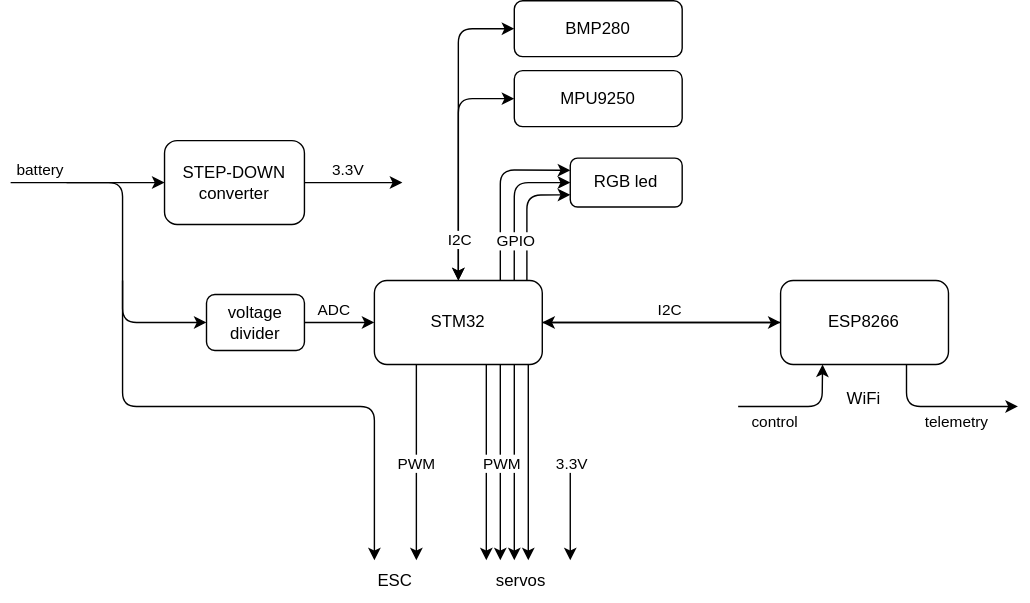
Above: docs/flight_controller.drawio.svg in Eryk-Mozdzen/uav-tvc-goose (draw.io), before the change. Source tidied: cells renumbered, new cells last; positions are measured from the earlier drawing's top-left corner, leaving out a move shared by most shapes.
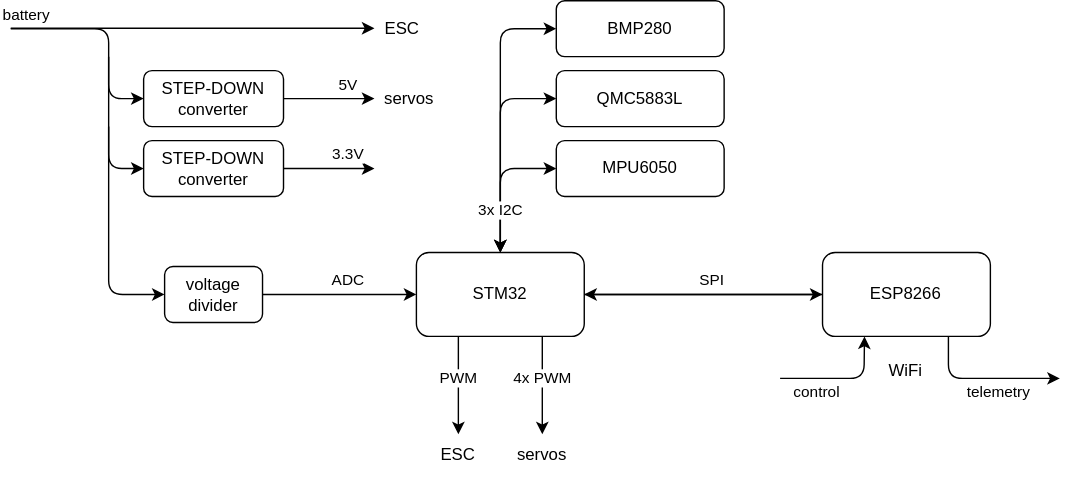
The same file after the commit.

The edit, as a diff of the source:
```diff
@@ -20,21 +20,19 @@
     </mxCell>
     <mxCell id="5" style="edgeStyle=none;html=1;entryX=0;entryY=0.5;entryDx=0;entryDy=0;" parent="1" edge="1" target="16">
       <mxGeometry relative="1" as="geometry">
-        <mxPoint x="40" y="130" as="sourcePoint" />
+        <mxPoint x="40" y="60" as="sourcePoint" />
+        <Array as="points">
+          <mxPoint x="40" y="140" />
+        </Array>
       </mxGeometry>
     </mxCell>
-    <mxCell id="6" value="battery" style="edgeLabel;html=1;align=center;verticalAlign=middle;" parent="5" vertex="1">
-      <mxGeometry x="-0.75" y="2" relative="1" as="geometry">
-        <mxPoint x="-29" y="-8" as="offset" />
-      </mxGeometry>
-    </mxCell>
     <mxCell id="7" value="STM32" style="rounded=1;whiteSpace=wrap;html=1;" parent="1" vertex="1">
       <mxGeometry x="260" y="200" width="120" height="60" as="geometry" />
     </mxCell>
     <mxCell id="8" style="edgeStyle=none;html=1;entryX=1;entryY=0.5;entryDx=0;entryDy=0;" parent="1" edge="1" source="12" target="7">
       <mxGeometry relative="1" as="geometry" />
     </mxCell>
-    <mxCell id="9" value="I2C" style="edgeLabel;html=1;align=center;verticalAlign=middle;" parent="8" vertex="1">
+    <mxCell id="9" value="SPI" style="edgeLabel;html=1;align=center;verticalAlign=middle;" parent="8" vertex="1">
       <mxGeometry x="-0.29" relative="1" as="geometry">
         <mxPoint x="-20" y="-10" as="offset" />
       </mxGeometry>
@@ -57,10 +55,7 @@
     </mxCell>
     <mxCell id="13" style="edgeStyle=none;html=1;exitX=1;exitY=0.5;exitDx=0;exitDy=0;" parent="1" edge="1" source="16">
       <mxGeometry relative="1" as="geometry">
-        <mxPoint x="280" y="130" as="targetPoint" />
-        <Array as="points">
-          <mxPoint x="250" y="130" />
-        </Array>
+        <mxPoint x="230" y="140" as="targetPoint" />
       </mxGeometry>
     </mxCell>
     <mxCell id="14" value="3.3V" style="edgeLabel;html=1;align=center;verticalAlign=middle;" parent="13" vertex="1">
@@ -70,115 +65,75 @@
     </mxCell>
     <mxCell id="15" value="3.3V" style="edgeLabel;html=1;align=center;verticalAlign=middle;" parent="13" vertex="1">
       <mxGeometry x="0.38" relative="1" as="geometry">
-        <mxPoint x="-18" y="-10" as="offset" />
+        <mxPoint y="-10" as="offset" />
       </mxGeometry>
     </mxCell>
     <mxCell id="16" value="STEP-DOWN&lt;br&gt;converter" style="rounded=1;whiteSpace=wrap;html=1;" parent="1" vertex="1">
-      <mxGeometry x="110" y="100" width="100" height="60" as="geometry" />
+      <mxGeometry x="65" y="120" width="100" height="40" as="geometry" />
     </mxCell>
     <mxCell id="17" value="WiFi" style="text;html=1;strokeColor=none;fillColor=none;align=center;verticalAlign=middle;whiteSpace=wrap;rounded=0;" parent="1" vertex="1">
       <mxGeometry x="580.3" y="270" width="60" height="30" as="geometry" />
     </mxCell>
     <mxCell id="18" style="endArrow=classic;html=1;" parent="1" edge="1">
       <mxGeometry relative="1" as="geometry">
-        <mxPoint y="130" as="sourcePoint" />
-        <mxPoint x="260" y="400" as="targetPoint" />
-        <Array as="points">
-          <mxPoint x="80" y="130" />
-          <mxPoint x="80" y="290" />
-          <mxPoint x="260" y="290" />
-        </Array>
+        <mxPoint x="-30" y="39.7" as="sourcePoint" />
+        <mxPoint x="230" y="39.7" as="targetPoint" />
       </mxGeometry>
     </mxCell>
+    <mxCell id="6" value="battery" style="edgeLabel;html=1;align=center;verticalAlign=middle;" parent="18" vertex="1">
+      <mxGeometry x="0.19" y="1" relative="1" as="geometry">
+        <mxPoint x="-144" y="-9" as="offset" />
+      </mxGeometry>
+    </mxCell>
-    <mxCell id="19" style="endArrow=classic;html=1;exitX=0.25;exitY=1;exitDx=0;exitDy=0;" parent="1" edge="1" source="7">
+    <mxCell id="19" style="endArrow=classic;html=1;entryX=0.5;entryY=0;entryDx=0;entryDy=0;" parent="1" edge="1" target="21">
       <mxGeometry relative="1" as="geometry">
-        <mxPoint x="290" y="400" as="targetPoint" />
+        <mxPoint x="290" y="260" as="sourcePoint" />
       </mxGeometry>
     </mxCell>
     <mxCell id="20" value="PWM" style="edgeLabel;html=1;align=center;verticalAlign=middle;" parent="19" vertex="1">
       <mxGeometry x="-0.23" y="-1" relative="1" as="geometry">
-        <mxPoint y="16" as="offset" />
+        <mxPoint x="1" y="3" as="offset" />
       </mxGeometry>
     </mxCell>
     <mxCell id="21" value="ESC" style="text;html=1;strokeColor=none;fillColor=none;align=center;verticalAlign=middle;whiteSpace=wrap;rounded=0;" parent="1" vertex="1">
-      <mxGeometry x="250" y="400" width="50" height="30" as="geometry" />
+      <mxGeometry x="270" y="330" width="40" height="30" as="geometry" />
     </mxCell>
-    <mxCell id="22" style="endArrow=classic;html=1;exitX=0.25;exitY=1;exitDx=0;exitDy=0;" parent="1" edge="1">
-      <mxGeometry relative="1" as="geometry">
-        <mxPoint x="340" y="260" as="sourcePoint" />
-        <mxPoint x="340" y="400" as="targetPoint" />
-      </mxGeometry>
+    <mxCell id="22" style="endArrow=classic;html=1;exitX=0.75;exitY=1;exitDx=0;exitDy=0;entryX=0.5;entryY=0;entryDx=0;entryDy=0;" parent="1" edge="1" source="7" target="27">
+      <mxGeometry relative="1" as="geometry" />
     </mxCell>
-    <mxCell id="23" style="endArrow=classic;html=1;exitX=0.25;exitY=1;exitDx=0;exitDy=0;" parent="1" edge="1">
-      <mxGeometry relative="1" as="geometry">
-        <mxPoint x="350" y="260" as="sourcePoint" />
-        <mxPoint x="350" y="400" as="targetPoint" />
-      </mxGeometry>
-    </mxCell>
-    <mxCell id="24" style="endArrow=classic;html=1;exitX=0.25;exitY=1;exitDx=0;exitDy=0;" parent="1" edge="1">
-      <mxGeometry relative="1" as="geometry">
-        <mxPoint x="360" y="260" as="sourcePoint" />
-        <mxPoint x="360" y="400" as="targetPoint" />
-      </mxGeometry>
-    </mxCell>
-    <mxCell id="25" value="PWM" style="edgeLabel;html=1;align=center;verticalAlign=middle;" parent="24" vertex="1">
-      <mxGeometry x="-0.23" y="-1" relative="1" as="geometry">
-        <mxPoint x="-9" y="16" as="offset" />
-      </mxGeometry>
-    </mxCell>
-    <mxCell id="26" style="endArrow=classic;html=1;exitX=0.25;exitY=1;exitDx=0;exitDy=0;" parent="1" edge="1">
-      <mxGeometry relative="1" as="geometry">
-        <mxPoint x="370" y="260" as="sourcePoint" />
-        <mxPoint x="370" y="400" as="targetPoint" />
-      </mxGeometry>
-    </mxCell>
+    <mxCell id="45" value="4x PWM" style="edgeLabel;html=1;align=center;verticalAlign=middle;" parent="22" vertex="1">
+      <mxGeometry x="0.34" y="1" relative="1" as="geometry">
+        <mxPoint x="-1" y="-17" as="offset" />
+      </mxGeometry>
+    </mxCell>
     <mxCell id="27" value="servos" style="text;html=1;strokeColor=none;fillColor=none;align=center;verticalAlign=middle;whiteSpace=wrap;rounded=0;" parent="1" vertex="1">
-      <mxGeometry x="330" y="400" width="70" height="30" as="geometry" />
+      <mxGeometry x="320" y="330" width="60" height="30" as="geometry" />
     </mxCell>
-    <mxCell id="28" style="endArrow=classic;html=1;" parent="1" edge="1">
-      <mxGeometry relative="1" as="geometry">
-        <mxPoint x="400" y="330" as="sourcePoint" />
-        <mxPoint x="400" y="400" as="targetPoint" />
-        <Array as="points">
-          <mxPoint x="400" y="360" />
-        </Array>
-      </mxGeometry>
-    </mxCell>
-    <mxCell id="29" value="3.3V" style="edgeLabel;html=1;align=center;verticalAlign=middle;" parent="28" vertex="1">
-      <mxGeometry x="0.27" y="1" relative="1" as="geometry">
-        <mxPoint x="-1" y="-44" as="offset" />
-      </mxGeometry>
-    </mxCell>
-    <mxCell id="30" value="BMP280" style="rounded=1;whiteSpace=wrap;html=1;" parent="1" vertex="1">
-      <mxGeometry x="360" width="120" height="40" as="geometry" />
+    <mxCell id="30" value="QMC5883L" style="rounded=1;whiteSpace=wrap;html=1;" parent="1" vertex="1">
+      <mxGeometry x="360" y="70" width="120" height="40" as="geometry" />
     </mxCell>
-    <mxCell id="31" value="MPU9250" style="rounded=1;whiteSpace=wrap;html=1;" parent="1" vertex="1">
-      <mxGeometry x="360" y="50" width="120" height="40" as="geometry" />
+    <mxCell id="31" value="MPU6050" style="rounded=1;whiteSpace=wrap;html=1;" parent="1" vertex="1">
+      <mxGeometry x="360" y="120" width="120" height="40" as="geometry" />
     </mxCell>
     <mxCell id="32" style="endArrow=classic;startArrow=classic;html=1;exitX=0.5;exitY=0;exitDx=0;exitDy=0;entryX=0;entryY=0.5;entryDx=0;entryDy=0;" parent="1" edge="1" source="7" target="31">
       <mxGeometry relative="1" as="geometry">
         <Array as="points">
-          <mxPoint x="320" y="70" />
+          <mxPoint x="320" y="140" />
         </Array>
       </mxGeometry>
     </mxCell>
     <mxCell id="33" style="endArrow=classic;startArrow=classic;html=1;exitX=0.5;exitY=0;exitDx=0;exitDy=0;entryX=0;entryY=0.5;entryDx=0;entryDy=0;" parent="1" edge="1" source="7" target="30">
       <mxGeometry relative="1" as="geometry">
         <Array as="points">
-          <mxPoint x="320" y="20" />
+          <mxPoint x="320" y="90" />
         </Array>
       </mxGeometry>
     </mxCell>
-    <mxCell id="34" value="I2C" style="edgeLabel;html=1;align=center;verticalAlign=middle;" parent="33" vertex="1">
-      <mxGeometry x="-0.56" y="-1" relative="1" as="geometry">
-        <mxPoint x="-1" y="19" as="offset" />
-      </mxGeometry>
-    </mxCell>
     <mxCell id="35" style="endArrow=classic;html=1;entryX=0;entryY=0.5;entryDx=0;entryDy=0;" parent="1" edge="1" target="39">
       <mxGeometry relative="1" as="geometry">
-        <mxPoint x="80" y="200" as="sourcePoint" />
+        <mxPoint x="40" y="110" as="sourcePoint" />
         <Array as="points">
-          <mxPoint x="80" y="230" />
+          <mxPoint x="40" y="230" />
         </Array>
       </mxGeometry>
     </mxCell>
@@ -192,41 +147,54 @@
     </mxCell>
     <mxCell id="38" value="ADC" style="edgeLabel;html=1;align=center;verticalAlign=middle;" parent="37" vertex="1">
       <mxGeometry x="0.31" y="-2" relative="1" as="geometry">
-        <mxPoint x="-13" y="-12" as="offset" />
+        <mxPoint x="-12" y="-12" as="offset" />
       </mxGeometry>
     </mxCell>
     <mxCell id="39" value="voltage divider" style="rounded=1;whiteSpace=wrap;html=1;" parent="1" vertex="1">
-      <mxGeometry x="140" y="210" width="70" height="40" as="geometry" />
+      <mxGeometry x="80" y="210" width="70" height="40" as="geometry" />
     </mxCell>
-    <mxCell id="40" value="RGB led" style="rounded=1;whiteSpace=wrap;html=1;" parent="1" vertex="1">
-      <mxGeometry x="400" y="112.5" width="80" height="35" as="geometry" />
-    </mxCell>
-    <mxCell id="41" style="endArrow=classic;html=1;entryX=0;entryY=0.25;entryDx=0;entryDy=0;exitX=0.75;exitY=0;exitDx=0;exitDy=0;" parent="1" edge="1" source="7" target="40">
-      <mxGeometry relative="1" as="geometry">
-        <Array as="points">
-          <mxPoint x="350" y="121" />
-        </Array>
-      </mxGeometry>
-    </mxCell>
-    <mxCell id="42" style="endArrow=classic;html=1;exitX=0.833;exitY=0;exitDx=0;exitDy=0;exitPerimeter=0;entryX=0;entryY=0.5;entryDx=0;entryDy=0;" parent="1" edge="1" source="7" target="40">
-      <mxGeometry relative="1" as="geometry">
-        <Array as="points">
-          <mxPoint x="360" y="130" />
-        </Array>
-      </mxGeometry>
-    </mxCell>
-    <mxCell id="43" style="endArrow=classic;html=1;entryX=0;entryY=0.75;entryDx=0;entryDy=0;" parent="1" edge="1" target="40">
-      <mxGeometry relative="1" as="geometry">
-        <mxPoint x="369" y="200" as="sourcePoint" />
-        <Array as="points">
-          <mxPoint x="369" y="139" />
-        </Array>
-      </mxGeometry>
-    </mxCell>
-    <mxCell id="44" value="GPIO" style="edgeLabel;html=1;align=center;verticalAlign=middle;" parent="43" vertex="1">
-      <mxGeometry x="-0.6" y="-1" relative="1" as="geometry">
-        <mxPoint x="-10" y="-11" as="offset" />
-      </mxGeometry>
-    </mxCell>
+    <mxCell id="46" value="BMP280" style="rounded=1;whiteSpace=wrap;html=1;" parent="1" vertex="1">
+      <mxGeometry x="360" y="20" width="120" height="40" as="geometry" />
+    </mxCell>
+    <mxCell id="47" style="endArrow=classic;startArrow=classic;html=1;exitX=0.5;exitY=0;exitDx=0;exitDy=0;entryX=0;entryY=0.5;entryDx=0;entryDy=0;" parent="1" edge="1" source="7" target="46">
+      <mxGeometry relative="1" as="geometry">
+        <Array as="points">
+          <mxPoint x="320" y="40" />
+        </Array>
+      </mxGeometry>
+    </mxCell>
+    <mxCell id="48" value="3x I2C" style="edgeLabel;html=1;align=center;verticalAlign=middle;" parent="47" vertex="1">
+      <mxGeometry x="0.44" relative="1" as="geometry">
+        <mxPoint y="114" as="offset" />
+      </mxGeometry>
+    </mxCell>
+    <mxCell id="49" value="STEP-DOWN&lt;br&gt;converter" style="rounded=1;whiteSpace=wrap;html=1;" parent="1" vertex="1">
+      <mxGeometry x="65" y="70" width="100" height="40" as="geometry" />
+    </mxCell>
+    <mxCell id="50" style="edgeStyle=none;html=1;exitX=1;exitY=0.5;exitDx=0;exitDy=0;" parent="1" edge="1" source="49">
+      <mxGeometry relative="1" as="geometry">
+        <mxPoint x="230" y="90" as="targetPoint" />
+      </mxGeometry>
+    </mxCell>
+    <mxCell id="51" value="5V" style="edgeLabel;html=1;align=center;verticalAlign=middle;" parent="50" vertex="1">
+      <mxGeometry x="0.38" relative="1" as="geometry">
+        <mxPoint y="-10" as="offset" />
+      </mxGeometry>
+    </mxCell>
+    <mxCell id="52" style="endArrow=classic;html=1;entryX=0;entryY=0.5;entryDx=0;entryDy=0;" parent="1" edge="1" target="49">
+      <mxGeometry relative="1" as="geometry">
+        <mxPoint x="-30" y="40" as="sourcePoint" />
+        <Array as="points">
+          <mxPoint x="40" y="40" />
+          <mxPoint x="40" y="90" />
+        </Array>
+      </mxGeometry>
+    </mxCell>
+    <mxCell id="53" value="ESC" style="text;html=1;strokeColor=none;fillColor=none;align=center;verticalAlign=middle;whiteSpace=wrap;rounded=0;" parent="1" vertex="1">
+      <mxGeometry x="230" y="25" width="40" height="30" as="geometry" />
+    </mxCell>
+    <mxCell id="54" value="servos" style="text;html=1;strokeColor=none;fillColor=none;align=center;verticalAlign=middle;whiteSpace=wrap;rounded=0;" parent="1" vertex="1">
+      <mxGeometry x="230" y="75" width="50" height="30" as="geometry" />
+    </mxCell>
   </root>
 </mxGraphModel>
```
